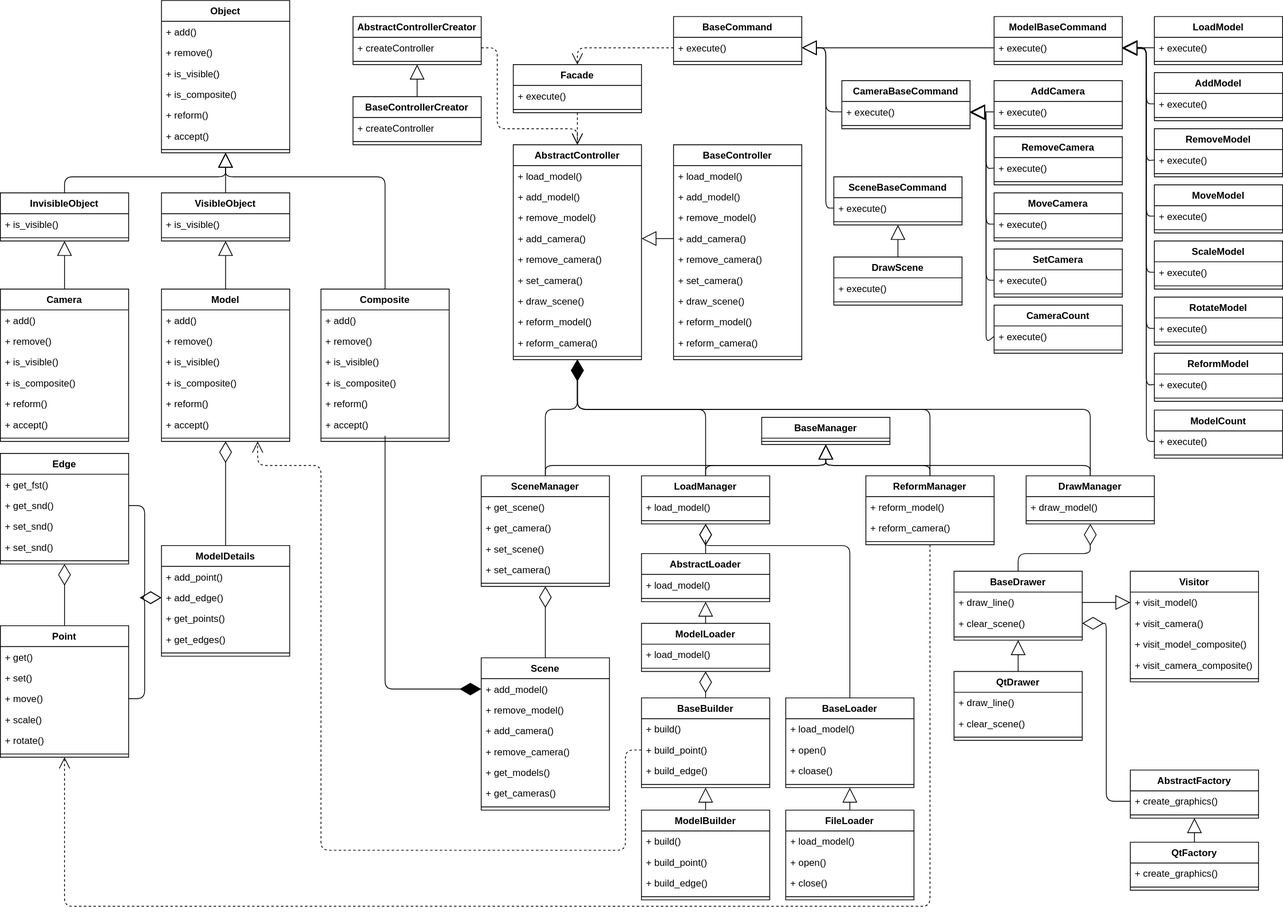
The draw.io diagram lab_03/uml.svg in migregal/bmstu-iu7-oop, before a commit. Source tidied: cells renumbered, new cells last; positions are measured from the earlier drawing's top-left corner, leaving out a move shared by most shapes.
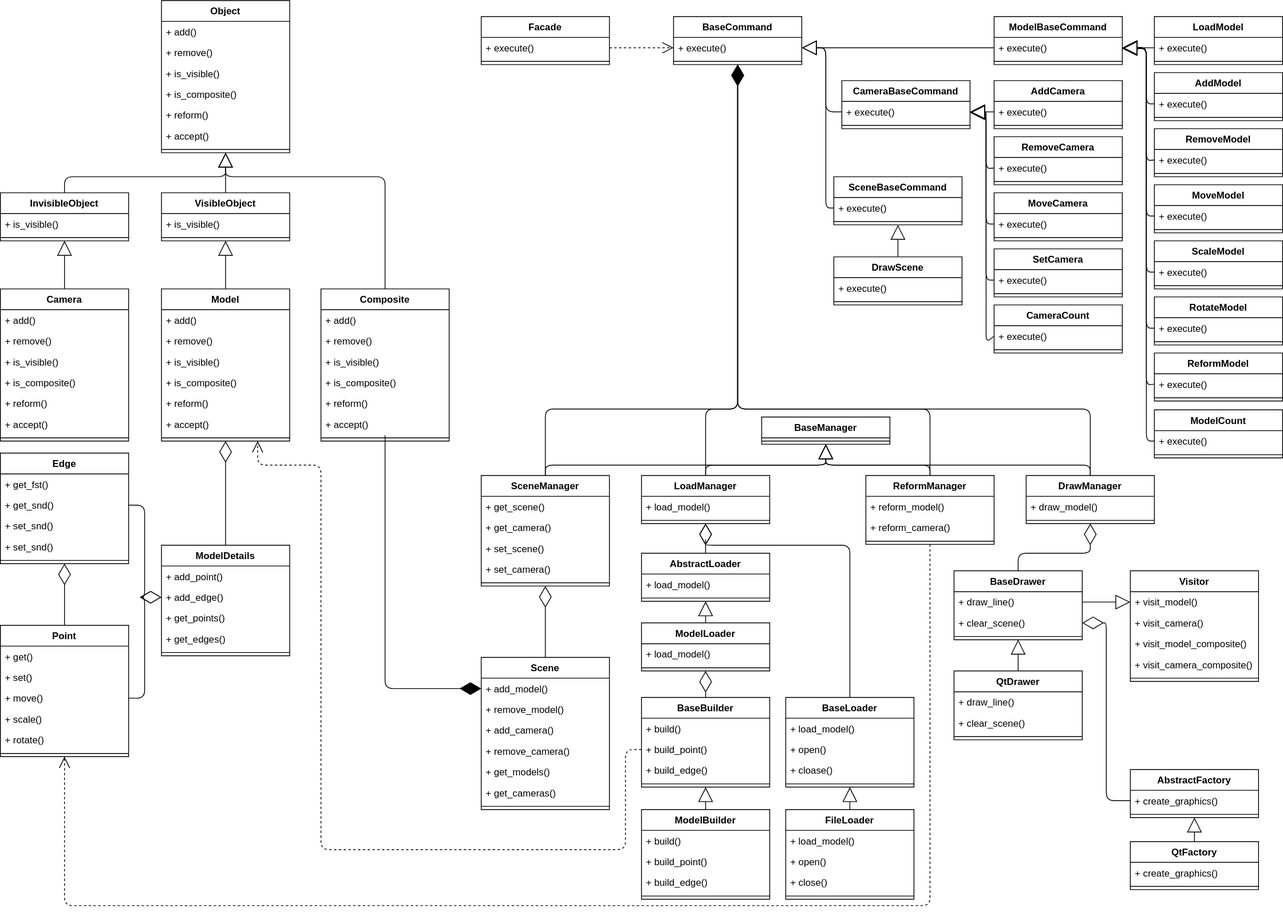
Later version of the same file.

The edit, as a diff of the source:
```diff
@@ -302,39 +302,6 @@
         </Array>
       </mxGeometry>
     </mxCell>
-    <mxCell id="93" value="AbstractController" style="swimlane;fontStyle=1;align=center;verticalAlign=top;horizontal=1;startSize=26;fontColor=none;" parent="1" vertex="1">
-      <mxGeometry x="640" y="180" width="160" height="268" as="geometry" />
-    </mxCell>
-    <mxCell id="94" value="+ load_model()" style="text;strokeColor=none;fillColor=none;align=left;verticalAlign=top;spacingLeft=4;spacingRight=4;overflow=hidden;" parent="93" vertex="1">
-      <mxGeometry y="26" width="160" height="26" as="geometry" />
-    </mxCell>
-    <mxCell id="95" value="+ add_model()" style="text;strokeColor=none;fillColor=none;align=left;verticalAlign=top;spacingLeft=4;spacingRight=4;overflow=hidden;" parent="93" vertex="1">
-      <mxGeometry y="52" width="160" height="26" as="geometry" />
-    </mxCell>
-    <mxCell id="96" value="+ remove_model()" style="text;strokeColor=none;fillColor=none;align=left;verticalAlign=top;spacingLeft=4;spacingRight=4;overflow=hidden;" parent="93" vertex="1">
-      <mxGeometry y="78" width="160" height="26" as="geometry" />
-    </mxCell>
-    <mxCell id="97" value="+ add_camera()" style="text;strokeColor=none;fillColor=none;align=left;verticalAlign=top;spacingLeft=4;spacingRight=4;overflow=hidden;points=[[0,0.5],[1,0.5]];portConstraint=eastwest;" parent="93" vertex="1">
-      <mxGeometry y="104" width="160" height="26" as="geometry" />
-    </mxCell>
-    <mxCell id="98" value="+ remove_camera()" style="text;strokeColor=none;fillColor=none;align=left;verticalAlign=top;spacingLeft=4;spacingRight=4;overflow=hidden;" parent="93" vertex="1">
-      <mxGeometry y="130" width="160" height="26" as="geometry" />
-    </mxCell>
-    <mxCell id="99" value="+ set_camera()" style="text;strokeColor=none;fillColor=none;align=left;verticalAlign=top;spacingLeft=4;spacingRight=4;overflow=hidden;" parent="93" vertex="1">
-      <mxGeometry y="156" width="160" height="26" as="geometry" />
-    </mxCell>
-    <mxCell id="100" value="+ draw_scene()" style="text;strokeColor=none;fillColor=none;align=left;verticalAlign=top;spacingLeft=4;spacingRight=4;overflow=hidden;" parent="93" vertex="1">
-      <mxGeometry y="182" width="160" height="26" as="geometry" />
-    </mxCell>
-    <mxCell id="101" value="+ reform_model()" style="text;strokeColor=none;fillColor=none;align=left;verticalAlign=top;spacingLeft=4;spacingRight=4;overflow=hidden;" parent="93" vertex="1">
-      <mxGeometry y="208" width="160" height="26" as="geometry" />
-    </mxCell>
-    <mxCell id="102" value="+ reform_camera()" style="text;strokeColor=none;fillColor=none;align=left;verticalAlign=top;spacingLeft=4;spacingRight=4;overflow=hidden;" parent="93" vertex="1">
-      <mxGeometry y="234" width="160" height="26" as="geometry" />
-    </mxCell>
-    <mxCell id="103" style="line;strokeWidth=1;fillColor=none;align=left;verticalAlign=middle;spacingTop=-1;spacingLeft=3;spacingRight=3;labelPosition=right;" parent="93" vertex="1">
-      <mxGeometry y="260" width="160" height="8" as="geometry" />
-    </mxCell>
     <mxCell id="104" value="AbstractLoader" style="swimlane;fontStyle=1;align=center;verticalAlign=top;horizontal=1;startSize=26;fontColor=none;" parent="1" vertex="1">
       <mxGeometry x="800" y="690" width="160" height="60" as="geometry" />
     </mxCell>
@@ -462,12 +429,8 @@
     <mxCell id="139" style="line;strokeWidth=1;fillColor=none;align=left;verticalAlign=middle;spacingTop=-1;spacingLeft=3;spacingRight=3;labelPosition=right;" parent="137" vertex="1">
       <mxGeometry y="52" width="160" height="8" as="geometry" />
     </mxCell>
-    <mxCell id="140" value="Use" style="endArrow=open;endSize=12;dashed=1;html=1;exitX=0;exitY=0.5;exitDx=0;exitDy=0;noLabel=1;fontColor=none;entryX=0.5;entryY=0;entryDx=0;entryDy=0;" parent="1" edge="1" source="138" target="258">
-      <mxGeometry relative="1" as="geometry">
-        <Array as="points">
-          <mxPoint x="720" y="59" />
-        </Array>
-      </mxGeometry>
+    <mxCell id="140" value="Use" style="endArrow=open;endSize=12;dashed=1;html=1;exitX=1;exitY=0.5;exitDx=0;exitDy=0;noLabel=1;fontColor=none;entryX=0;entryY=0.5;entryDx=0;entryDy=0;" parent="1" edge="1" source="259" target="138">
+      <mxGeometry relative="1" as="geometry" />
     </mxCell>
     <mxCell id="141" value="DrawManager" style="swimlane;fontStyle=1;align=center;verticalAlign=top;horizontal=1;startSize=26;fontColor=none;" parent="1" vertex="1">
       <mxGeometry x="1280" y="593" width="160" height="60" as="geometry" />
@@ -581,35 +544,38 @@
     <mxCell id="166" value="Extends" style="endArrow=block;endSize=16;endFill=0;html=1;noLabel=1;fontColor=none;entryX=0.5;entryY=1;entryDx=0;entryDy=0;exitX=0.5;exitY=0;exitDx=0;exitDy=0;" parent="1" edge="1" source="160" target="157">
       <mxGeometry relative="1" as="geometry" />
     </mxCell>
-    <mxCell id="167" style="endArrow=diamondThin;endFill=1;endSize=24;html=1;fontColor=none;entryX=0.5;entryY=1;entryDx=0;entryDy=0;exitX=0.5;exitY=0;exitDx=0;exitDy=0;" parent="1" edge="1" source="141" target="93">
+    <mxCell id="167" style="endArrow=diamondThin;endFill=1;endSize=24;html=1;fontColor=none;exitX=0.5;exitY=0;exitDx=0;exitDy=0;" parent="1" edge="1" source="141">
       <mxGeometry relative="1" as="geometry">
+        <mxPoint x="920" y="80" as="targetPoint" />
         <Array as="points">
           <mxPoint x="1360" y="510" />
-          <mxPoint x="720" y="510" />
+          <mxPoint x="920" y="510" />
         </Array>
       </mxGeometry>
     </mxCell>
-    <mxCell id="168" style="endArrow=diamondThin;endFill=1;endSize=24;html=1;fontColor=none;entryX=0.5;entryY=1;entryDx=0;entryDy=0;exitX=0.5;exitY=0;exitDx=0;exitDy=0;" parent="1" edge="1" source="74" target="93">
+    <mxCell id="168" style="endArrow=diamondThin;endFill=1;endSize=24;html=1;fontColor=none;exitX=0.5;exitY=0;exitDx=0;exitDy=0;" parent="1" edge="1" source="74">
       <mxGeometry relative="1" as="geometry">
+        <mxPoint x="920" y="80" as="targetPoint" />
         <Array as="points">
           <mxPoint x="680" y="510" />
-          <mxPoint x="720" y="510" />
+          <mxPoint x="920" y="510" />
         </Array>
       </mxGeometry>
     </mxCell>
-    <mxCell id="169" style="endArrow=diamondThin;endFill=1;endSize=24;html=1;fontColor=none;entryX=0.5;entryY=1;entryDx=0;entryDy=0;exitX=0.5;exitY=0;exitDx=0;exitDy=0;" parent="1" edge="1" source="47" target="93">
+    <mxCell id="169" style="endArrow=diamondThin;endFill=1;endSize=24;html=1;fontColor=none;exitX=0.5;exitY=0;exitDx=0;exitDy=0;" parent="1" edge="1" source="47">
       <mxGeometry relative="1" as="geometry">
+        <mxPoint x="920" y="80" as="targetPoint" />
         <Array as="points">
           <mxPoint x="1160" y="510" />
-          <mxPoint x="720" y="510" />
+          <mxPoint x="920" y="510" />
         </Array>
       </mxGeometry>
     </mxCell>
-    <mxCell id="170" style="endArrow=diamondThin;endFill=1;endSize=24;html=1;fontColor=none;entryX=0.5;entryY=1;entryDx=0;entryDy=0;exitX=0.5;exitY=0;exitDx=0;exitDy=0;" parent="1" edge="1" source="89" target="93">
+    <mxCell id="170" style="endArrow=diamondThin;endFill=1;endSize=24;html=1;fontColor=none;exitX=0.5;exitY=0;exitDx=0;exitDy=0;entryX=0.5;entryY=1;entryDx=0;entryDy=0;" parent="1" edge="1" source="89" target="137">
       <mxGeometry relative="1" as="geometry">
         <Array as="points">
           <mxPoint x="880" y="510" />
-          <mxPoint x="720" y="510" />
+          <mxPoint x="920" y="510" />
         </Array>
       </mxGeometry>
     </mxCell>
@@ -854,72 +820,6 @@
     <mxCell id="233" value="Extends" style="endArrow=block;endSize=16;endFill=0;html=1;noLabel=1;fontColor=none;entryX=0;entryY=0.5;entryDx=0;entryDy=0;exitX=1;exitY=0.5;exitDx=0;exitDy=0;" parent="1" edge="1" source="150" target="228">
       <mxGeometry relative="1" as="geometry" />
     </mxCell>
-    <mxCell id="234" value="BaseController" style="swimlane;fontStyle=1;align=center;verticalAlign=top;horizontal=1;startSize=26;fontColor=none;" parent="1" vertex="1">
-      <mxGeometry x="840" y="180" width="160" height="268" as="geometry" />
-    </mxCell>
-    <mxCell id="235" value="+ load_model()" style="text;strokeColor=none;fillColor=none;align=left;verticalAlign=top;spacingLeft=4;spacingRight=4;overflow=hidden;" parent="234" vertex="1">
-      <mxGeometry y="26" width="160" height="26" as="geometry" />
-    </mxCell>
-    <mxCell id="236" value="+ add_model()" style="text;strokeColor=none;fillColor=none;align=left;verticalAlign=top;spacingLeft=4;spacingRight=4;overflow=hidden;" parent="234" vertex="1">
-      <mxGeometry y="52" width="160" height="26" as="geometry" />
-    </mxCell>
-    <mxCell id="237" value="+ remove_model()" style="text;strokeColor=none;fillColor=none;align=left;verticalAlign=top;spacingLeft=4;spacingRight=4;overflow=hidden;" parent="234" vertex="1">
-      <mxGeometry y="78" width="160" height="26" as="geometry" />
-    </mxCell>
-    <mxCell id="238" value="+ add_camera()" style="text;strokeColor=none;fillColor=none;align=left;verticalAlign=top;spacingLeft=4;spacingRight=4;overflow=hidden;points=[[0,0.5],[1,0.5]];portConstraint=eastwest;" parent="234" vertex="1">
-      <mxGeometry y="104" width="160" height="26" as="geometry" />
-    </mxCell>
-    <mxCell id="239" value="+ remove_camera()" style="text;strokeColor=none;fillColor=none;align=left;verticalAlign=top;spacingLeft=4;spacingRight=4;overflow=hidden;" parent="234" vertex="1">
-      <mxGeometry y="130" width="160" height="26" as="geometry" />
-    </mxCell>
-    <mxCell id="240" value="+ set_camera()" style="text;strokeColor=none;fillColor=none;align=left;verticalAlign=top;spacingLeft=4;spacingRight=4;overflow=hidden;" parent="234" vertex="1">
-      <mxGeometry y="156" width="160" height="26" as="geometry" />
-    </mxCell>
-    <mxCell id="241" value="+ draw_scene()" style="text;strokeColor=none;fillColor=none;align=left;verticalAlign=top;spacingLeft=4;spacingRight=4;overflow=hidden;" parent="234" vertex="1">
-      <mxGeometry y="182" width="160" height="26" as="geometry" />
-    </mxCell>
-    <mxCell id="242" value="+ reform_model()" style="text;strokeColor=none;fillColor=none;align=left;verticalAlign=top;spacingLeft=4;spacingRight=4;overflow=hidden;" parent="234" vertex="1">
-      <mxGeometry y="208" width="160" height="26" as="geometry" />
-    </mxCell>
-    <mxCell id="243" value="+ reform_camera()" style="text;strokeColor=none;fillColor=none;align=left;verticalAlign=top;spacingLeft=4;spacingRight=4;overflow=hidden;" parent="234" vertex="1">
-      <mxGeometry y="234" width="160" height="26" as="geometry" />
-    </mxCell>
-    <mxCell id="244" style="line;strokeWidth=1;fillColor=none;align=left;verticalAlign=middle;spacingTop=-1;spacingLeft=3;spacingRight=3;labelPosition=right;" parent="234" vertex="1">
-      <mxGeometry y="260" width="160" height="8" as="geometry" />
-    </mxCell>
-    <mxCell id="245" value="Extends" style="endArrow=block;endSize=16;endFill=0;html=1;exitX=0;exitY=0.5;exitDx=0;exitDy=0;entryX=1;entryY=0.5;entryDx=0;entryDy=0;noLabel=1;fontColor=none;" parent="1" edge="1" source="238" target="97">
-      <mxGeometry relative="1" as="geometry" />
-    </mxCell>
-    <mxCell id="246" value="AbstractControllerCreator" style="swimlane;fontStyle=1;align=center;verticalAlign=top;horizontal=1;startSize=26;fontColor=none;" parent="1" vertex="1">
-      <mxGeometry x="440" y="20" width="160" height="60" as="geometry" />
-    </mxCell>
-    <mxCell id="247" value="+ createController" style="text;strokeColor=none;fillColor=none;align=left;verticalAlign=top;spacingLeft=4;spacingRight=4;overflow=hidden;points=[[0,0.5],[1,0.5]];portConstraint=eastwest;" parent="246" vertex="1">
-      <mxGeometry y="26" width="160" height="26" as="geometry" />
-    </mxCell>
-    <mxCell id="248" style="line;strokeWidth=1;fillColor=none;align=left;verticalAlign=middle;spacingTop=-1;spacingLeft=3;spacingRight=3;labelPosition=right;" parent="246" vertex="1">
-      <mxGeometry y="52" width="160" height="8" as="geometry" />
-    </mxCell>
-    <mxCell id="249" value="Use" style="endArrow=open;endSize=12;dashed=1;html=1;entryX=0.5;entryY=0;entryDx=0;entryDy=0;exitX=1;exitY=0.5;exitDx=0;exitDy=0;noLabel=1;fontColor=none;" parent="1" edge="1" source="247" target="93">
-      <mxGeometry relative="1" as="geometry">
-        <Array as="points">
-          <mxPoint x="620" y="59" />
-          <mxPoint x="620" y="160" />
-          <mxPoint x="720" y="160" />
-        </Array>
-      </mxGeometry>
-    </mxCell>
-    <mxCell id="250" value="BaseControllerCreator" style="swimlane;fontStyle=1;align=center;verticalAlign=top;horizontal=1;startSize=26;fontColor=none;" parent="1" vertex="1">
-      <mxGeometry x="440" y="120" width="160" height="60" as="geometry" />
-    </mxCell>
-    <mxCell id="251" value="+ createController" style="text;strokeColor=none;fillColor=none;align=left;verticalAlign=top;spacingLeft=4;spacingRight=4;overflow=hidden;" parent="250" vertex="1">
-      <mxGeometry y="26" width="160" height="26" as="geometry" />
-    </mxCell>
-    <mxCell id="252" style="line;strokeWidth=1;fillColor=none;align=left;verticalAlign=middle;spacingTop=-1;spacingLeft=3;spacingRight=3;labelPosition=right;" parent="250" vertex="1">
-      <mxGeometry y="52" width="160" height="8" as="geometry" />
-    </mxCell>
-    <mxCell id="253" value="Extends" style="endArrow=block;endSize=16;endFill=0;html=1;entryX=0.5;entryY=1;entryDx=0;entryDy=0;exitX=0.5;exitY=0;exitDx=0;exitDy=0;noLabel=1;fontColor=none;" parent="1" edge="1" source="250" target="246">
-      <mxGeometry relative="1" as="geometry" />
-    </mxCell>
     <mxCell id="254" value="SetCamera" style="swimlane;fontStyle=1;align=center;verticalAlign=top;horizontal=1;startSize=26;fontColor=none;" parent="1" vertex="1">
       <mxGeometry x="1240" y="310" width="160" height="60" as="geometry" />
     </mxCell>
@@ -938,7 +838,7 @@
       </mxGeometry>
     </mxCell>
     <mxCell id="258" value="Facade" style="swimlane;fontStyle=1;align=center;verticalAlign=top;horizontal=1;startSize=26;" parent="1" vertex="1">
-      <mxGeometry x="640" y="80" width="160" height="60" as="geometry" />
+      <mxGeometry x="600" y="20" width="160" height="60" as="geometry" />
     </mxCell>
     <mxCell id="259" value="+ execute()" style="text;strokeColor=none;fillColor=none;align=left;verticalAlign=top;spacingLeft=4;spacingRight=4;overflow=hidden;points=[[0,0.5],[1,0.5]];portConstraint=eastwest;" parent="258" vertex="1">
       <mxGeometry y="26" width="160" height="26" as="geometry" />
@@ -946,9 +846,6 @@
     <mxCell id="260" style="line;strokeWidth=1;fillColor=none;align=left;verticalAlign=middle;spacingTop=-1;spacingLeft=3;spacingRight=3;labelPosition=right;" parent="258" vertex="1">
       <mxGeometry y="52" width="160" height="8" as="geometry" />
     </mxCell>
-    <mxCell id="261" value="Use" style="endArrow=open;endSize=12;dashed=1;html=1;entryX=0.5;entryY=0;entryDx=0;entryDy=0;exitX=0.5;exitY=1;exitDx=0;exitDy=0;noLabel=1;fontColor=none;" parent="1" edge="1" source="258" target="93">
-      <mxGeometry relative="1" as="geometry" />
-    </mxCell>
     <mxCell id="262" value="ModelCount" style="swimlane;fontStyle=1;align=center;verticalAlign=top;horizontal=1;startSize=26;fontColor=none;" parent="1" vertex="1">
       <mxGeometry x="1440" y="511" width="160" height="60" as="geometry" />
     </mxCell>
```
